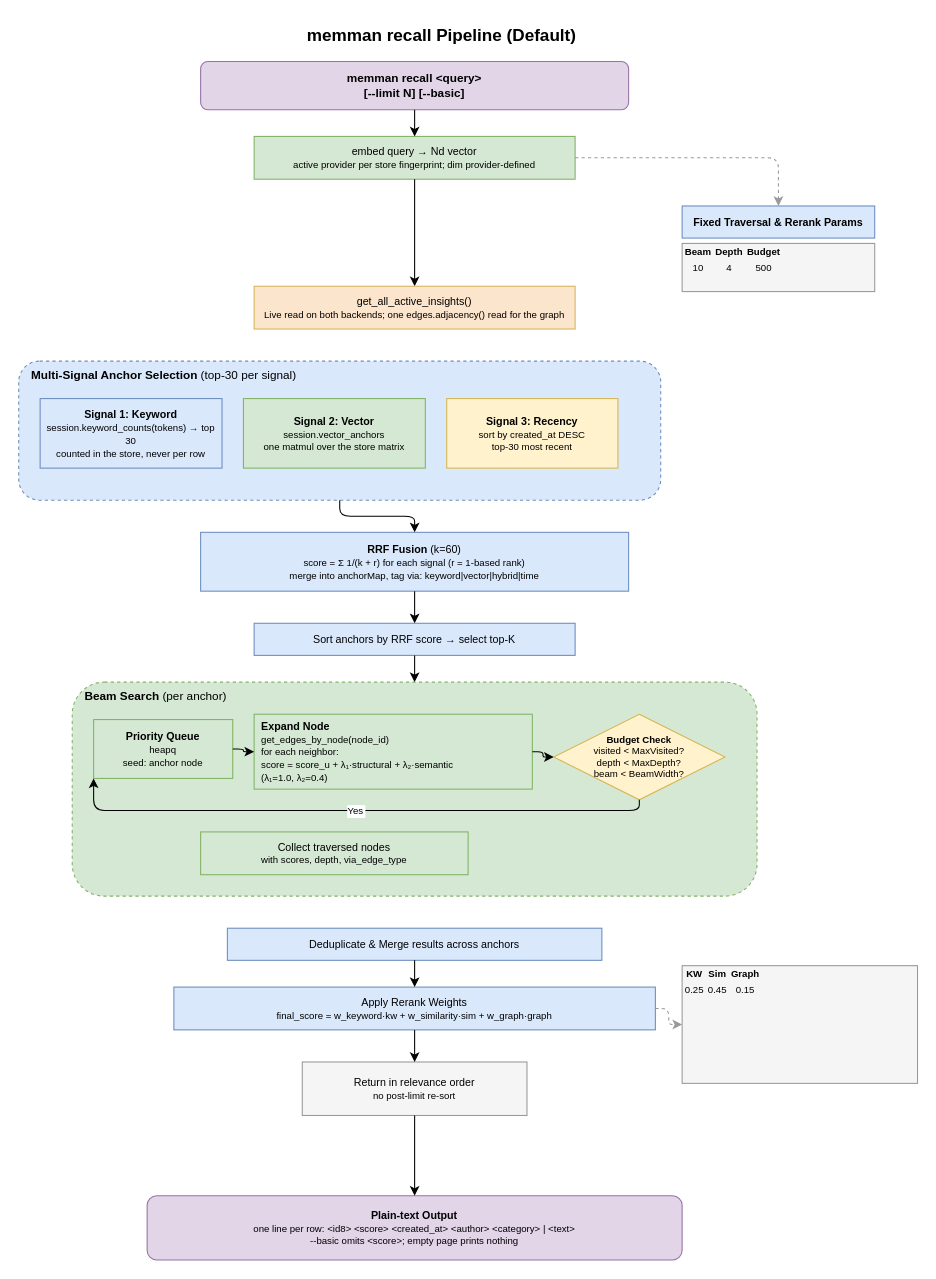
Above: docs/diagrams/03-smart-recall-pipeline.drawio in bissli/memman (draw.io), before the change. Source tidied: cells renumbered, new cells numbered last; positions are measured from the earlier drawing's top-left corner, leaving out a move shared by most shapes. Both pictures are drawn from the tidied source at 107%, with x=0, y=0 at pixel (18, 18).
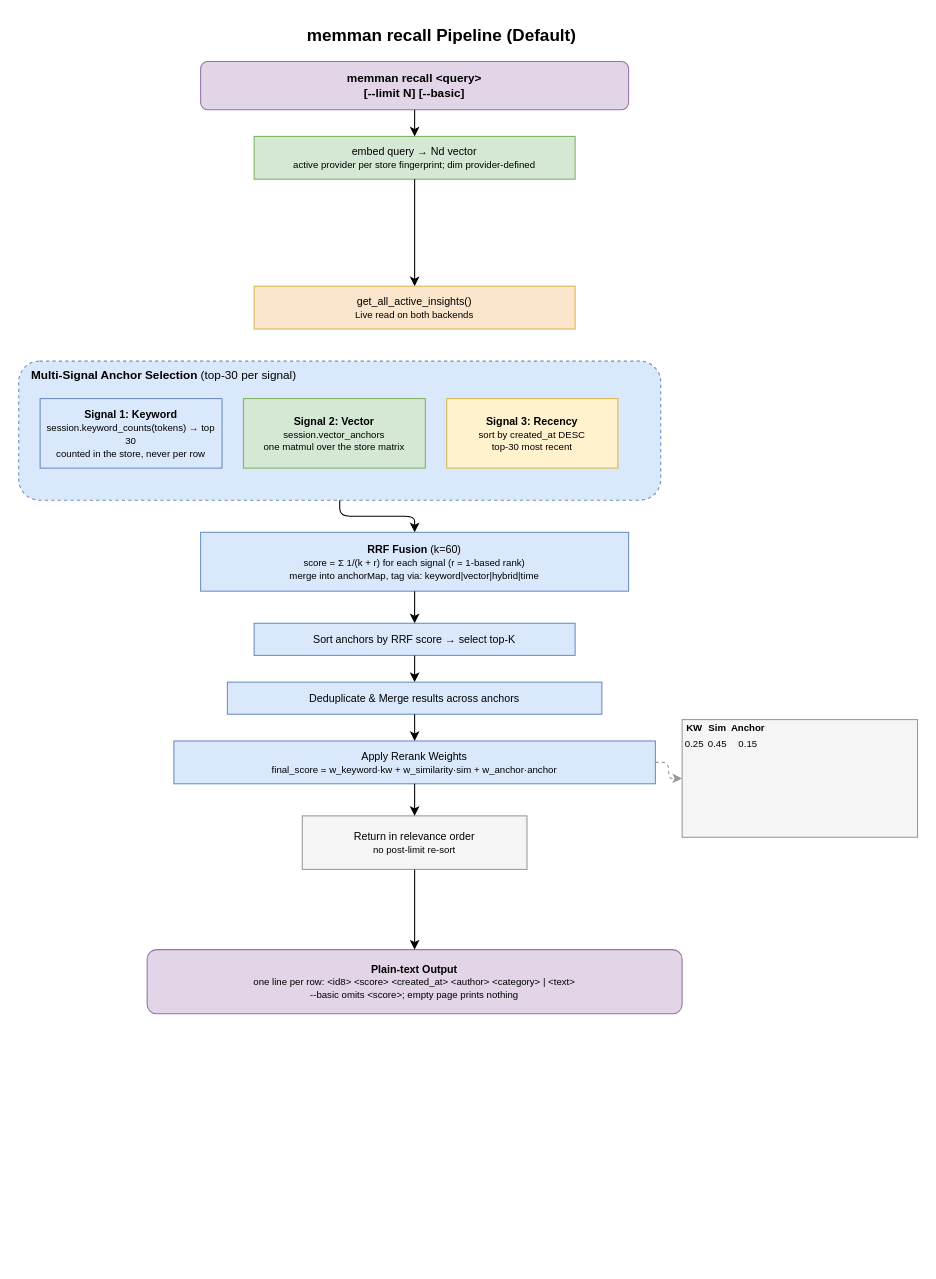
The same diagram, later.

Unchanged cells that the change refers to:
```xml
<mxCell id="4" value="embed query → Nd vector&lt;br&gt;&lt;font style=&quot;font-size:9px&quot;&gt;active provider per store fingerprint; dim provider-defined&lt;/font&gt;" style="rounded=0;whiteSpace=wrap;html=1;fillColor=#d5e8d4;strokeColor=#82b366;fontSize=10;" parent="1" vertex="1">
  <mxGeometry x="220" y="110" width="300" height="40" as="geometry" />
</mxCell>
<mxCell id="17" value="Sort anchors by RRF score → select top-K" style="rounded=0;whiteSpace=wrap;html=1;fillColor=#dae8fc;strokeColor=#6c8ebf;fontSize=10;" parent="1" vertex="1">
  <mxGeometry x="220" y="565" width="300" height="30" as="geometry" />
</mxCell>
```

Diff of the diagram source:
```diff
@@
-    <mxCell id="7" value="Fixed Traversal &amp; Rerank Params" style="rounded=0;whiteSpace=wrap;html=1;fillColor=#dae8fc;strokeColor=#6c8ebf;fontSize=10;fontStyle=1;" parent="1" vertex="1">
-      <mxGeometry x="620" y="175" width="180" height="30" as="geometry" />
-    </mxCell>
-    <mxCell id="8" value="&lt;table style=&quot;font-size:9px;&quot;&gt;&lt;tr&gt;&lt;th&gt;Beam&lt;/th&gt;&lt;th&gt;Depth&lt;/th&gt;&lt;th&gt;Budget&lt;/th&gt;&lt;/tr&gt;&lt;tr&gt;&lt;td&gt;10&lt;/td&gt;&lt;td&gt;4&lt;/td&gt;&lt;td&gt;500&lt;/td&gt;&lt;/tr&gt;&lt;/table&gt;" style="rounded=0;whiteSpace=wrap;html=1;fillColor=#f5f5f5;strokeColor=#999999;overflow=fill;" parent="1" vertex="1">
-      <mxGeometry x="620" y="210" width="180" height="45" as="geometry" />
-    </mxCell>
-    <mxCell id="9" style="edgeStyle=orthogonalEdgeStyle;rounded=1;dashed=1;strokeColor=#999999;" parent="1" edge="1" source="4" target="7">
-      <mxGeometry relative="1" as="geometry" />
-    </mxCell>
-    <mxCell id="10" value="get_all_active_insights()&lt;br&gt;&lt;font style=&quot;font-size:9px&quot;&gt;Live read on both backends; one edges.adjacency() read for the graph&lt;/font&gt;" style="rounded=0;whiteSpace=wrap;html=1;fillColor=#fce5cd;strokeColor=#d6b656;fontSize=10;" parent="1" vertex="1">
+    <mxCell id="10" value="get_all_active_insights()&lt;br&gt;&lt;font style=&quot;font-size:9px&quot;&gt;Live read on both backends&lt;/font&gt;" style="rounded=0;whiteSpace=wrap;html=1;fillColor=#fce5cd;strokeColor=#d6b656;fontSize=10;" parent="1" vertex="1">
       <mxGeometry x="220" y="250" width="300" height="40" as="geometry" />
     </mxCell>
@@
-    <mxCell id="19" value="&lt;b&gt;Beam Search&lt;/b&gt;  (per anchor)" style="rounded=1;whiteSpace=wrap;html=1;fillColor=#d5e8d4;strokeColor=#82b366;verticalAlign=top;fontSize=11;align=left;spacingLeft=10;dashed=1;" parent="1" vertex="1">
-      <mxGeometry x="50" y="620" width="640" height="200" as="geometry" />
-    </mxCell>
-    <mxCell id="20" value="&lt;b&gt;Priority Queue&lt;/b&gt;&lt;br&gt;&lt;font style=&quot;font-size:9px&quot;&gt;heapq&lt;br&gt;seed: anchor node&lt;/font&gt;" style="rounded=0;whiteSpace=wrap;html=1;fillColor=#d5e8d4;strokeColor=#82b366;fontSize=10;" parent="1" vertex="1">
-      <mxGeometry x="70" y="655" width="130" height="55" as="geometry" />
-    </mxCell>
-    <mxCell id="21" value="&lt;b&gt;Expand Node&lt;/b&gt;&lt;br&gt;&lt;font style=&quot;font-size:9px&quot;&gt;get_edges_by_node(node_id)&lt;br&gt;for each neighbor:&lt;br&gt;score = score_u + λ₁·structural + λ₂·semantic&lt;br&gt;(λ₁=1.0, λ₂=0.4)&lt;/font&gt;" style="rounded=0;whiteSpace=wrap;html=1;fillColor=#d5e8d4;strokeColor=#82b366;fontSize=10;align=left;spacingLeft=5;" parent="1" vertex="1">
-      <mxGeometry x="220" y="650" width="260" height="70" as="geometry" />
-    </mxCell>
-    <mxCell id="22" value="&lt;b&gt;Budget Check&lt;/b&gt;&lt;br&gt;&lt;font style=&quot;font-size:9px&quot;&gt;visited &lt; MaxVisited?&lt;br&gt;depth &lt; MaxDepth?&lt;br&gt;beam &lt; BeamWidth?&lt;/font&gt;" style="rhombus;whiteSpace=wrap;html=1;fillColor=#fff2cc;strokeColor=#d6b656;fontSize=9;" parent="1" vertex="1">
-      <mxGeometry x="500" y="650" width="160" height="80" as="geometry" />
-    </mxCell>
-    <mxCell id="23" value="Collect traversed nodes&lt;br&gt;&lt;font style=&quot;font-size:9px&quot;&gt;with scores, depth, via_edge_type&lt;/font&gt;" style="rounded=0;whiteSpace=wrap;html=1;fillColor=#d5e8d4;strokeColor=#82b366;fontSize=10;" parent="1" vertex="1">
-      <mxGeometry x="170" y="760" width="250" height="40" as="geometry" />
-    </mxCell>
-    <mxCell id="24" style="edgeStyle=orthogonalEdgeStyle;rounded=1;" parent="1" edge="1" source="20" target="21">
-      <mxGeometry relative="1" as="geometry" />
-    </mxCell>
-    <mxCell id="25" style="edgeStyle=orthogonalEdgeStyle;rounded=1;" parent="1" edge="1" source="21" target="22">
-      <mxGeometry relative="1" as="geometry" />
-    </mxCell>
-    <mxCell id="26" value="Yes" style="edgeStyle=orthogonalEdgeStyle;rounded=1;fontSize=9;" parent="1" edge="1" source="22" target="20">
-      <mxGeometry relative="1" as="geometry">
-        <Array as="points">
-          <mxPoint x="580" y="740" />
-          <mxPoint x="70" y="740" />
-          <mxPoint x="70" y="682" />
-        </Array>
-      </mxGeometry>
-    </mxCell>
-    <mxCell id="27" style="edgeStyle=orthogonalEdgeStyle;rounded=1;" parent="1" edge="1" source="17" target="19">
+    <mxCell id="27" style="edgeStyle=orthogonalEdgeStyle;rounded=1;" parent="1" edge="1" source="17" target="28">
       <mxGeometry relative="1" as="geometry" />
     </mxCell>
     <mxCell id="28" value="Deduplicate &amp; Merge results across anchors" style="rounded=0;whiteSpace=wrap;html=1;fillColor=#dae8fc;strokeColor=#6c8ebf;fontSize=10;" parent="1" vertex="1">
-      <mxGeometry x="195" y="850" width="350" height="30" as="geometry" />
+      <mxGeometry x="195" y="620" width="350" height="30" as="geometry" />
     </mxCell>
-    <mxCell id="29" value="Apply Rerank Weights&lt;br&gt;&lt;font style=&quot;font-size:9px&quot;&gt;final_score = w_keyword·kw + w_similarity·sim + w_graph·graph&lt;/font&gt;" style="rounded=0;whiteSpace=wrap;html=1;fillColor=#dae8fc;strokeColor=#6c8ebf;fontSize=10;" parent="1" vertex="1">
-      <mxGeometry x="145" y="905" width="450" height="40" as="geometry" />
+    <mxCell id="29" value="Apply Rerank Weights&lt;br&gt;&lt;font style=&quot;font-size:9px&quot;&gt;final_score = w_keyword·kw + w_similarity·sim + w_anchor·anchor&lt;/font&gt;" style="rounded=0;whiteSpace=wrap;html=1;fillColor=#dae8fc;strokeColor=#6c8ebf;fontSize=10;" parent="1" vertex="1">
+      <mxGeometry x="145" y="675" width="450" height="40" as="geometry" />
     </mxCell>
@@
-    <mxCell id="31" value="&lt;table style=&quot;font-size:9px;&quot;&gt;&lt;tr&gt;&lt;th&gt;KW&lt;/th&gt;&lt;th&gt;Sim&lt;/th&gt;&lt;th&gt;Graph&lt;/th&gt;&lt;/tr&gt;&lt;tr&gt;&lt;td&gt;0.25&lt;/td&gt;&lt;td&gt;0.45&lt;/td&gt;&lt;td&gt;0.15&lt;/td&gt;&lt;/tr&gt;&lt;/table&gt;" style="rounded=0;whiteSpace=wrap;html=1;fillColor=#f5f5f5;strokeColor=#999999;overflow=fill;" parent="1" vertex="1">
-      <mxGeometry x="620" y="885" width="220" height="110" as="geometry" />
+    <mxCell id="31" value="&lt;table style=&quot;font-size:9px;&quot;&gt;&lt;tr&gt;&lt;th&gt;KW&lt;/th&gt;&lt;th&gt;Sim&lt;/th&gt;&lt;th&gt;Anchor&lt;/th&gt;&lt;/tr&gt;&lt;tr&gt;&lt;td&gt;0.25&lt;/td&gt;&lt;td&gt;0.45&lt;/td&gt;&lt;td&gt;0.15&lt;/td&gt;&lt;/tr&gt;&lt;/table&gt;" style="rounded=0;whiteSpace=wrap;html=1;fillColor=#f5f5f5;strokeColor=#999999;overflow=fill;" parent="1" vertex="1">
+      <mxGeometry x="620" y="655" width="220" height="110" as="geometry" />
     </mxCell>
@@
     <mxCell id="33" value="Return in relevance order&lt;br&gt;&lt;font style=&quot;font-size:9px&quot;&gt;no post-limit re-sort&lt;/font&gt;" style="rounded=0;whiteSpace=wrap;html=1;fillColor=#f5f5f5;strokeColor=#999999;fontSize=10;" parent="1" vertex="1">
-      <mxGeometry x="265" y="975" width="210" height="50" as="geometry" />
+      <mxGeometry x="265" y="745" width="210" height="50" as="geometry" />
     </mxCell>
     <mxCell id="34" value="&lt;b&gt;Plain-text Output&lt;/b&gt;&lt;br&gt;&lt;font style=&quot;font-size:9px&quot;&gt;one line per row: &amp;lt;id8&amp;gt; &amp;lt;score&amp;gt; &amp;lt;created_at&amp;gt; &amp;lt;author&amp;gt; &amp;lt;category&amp;gt; | &amp;lt;text&amp;gt;&lt;br&gt;--basic omits &amp;lt;score&amp;gt;; empty page prints nothing&lt;/font&gt;" style="rounded=1;whiteSpace=wrap;html=1;fillColor=#e1d5e7;strokeColor=#9673a6;fontSize=10;" parent="1" vertex="1">
-      <mxGeometry x="120" y="1100" width="500" height="60" as="geometry" />
+      <mxGeometry x="120" y="870" width="500" height="60" as="geometry" />
     </mxCell>
```
